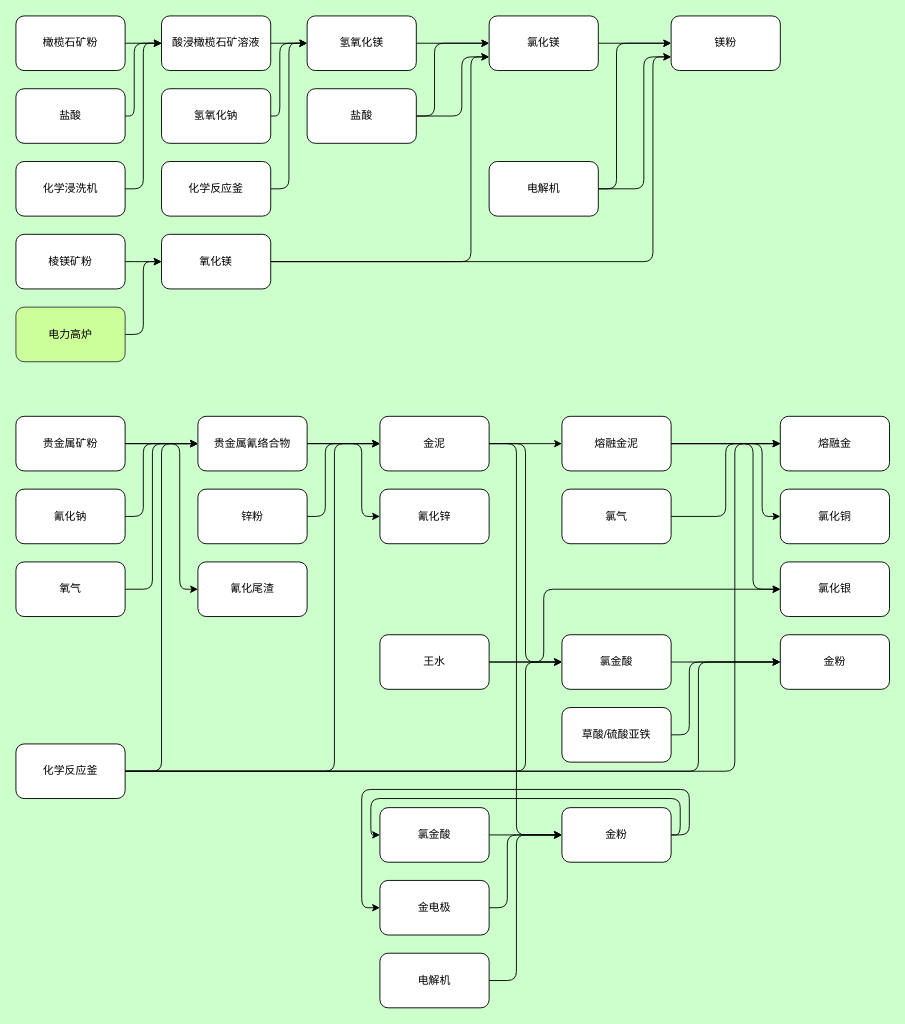
CTNH-Team/CTNH-flow-chart keeps this draw.io diagram as page "矿处" (3 of 3) of CTNH.drawio. Above is the earlier version. Source tidied: cells renumbered, new cells numbered last; positions are measured from the earlier drawing's top-left corner, leaving out a move shared by most shapes. Both pictures are drawn from the tidied source at 91%, with x=0, y=0 at pixel (15, 15).
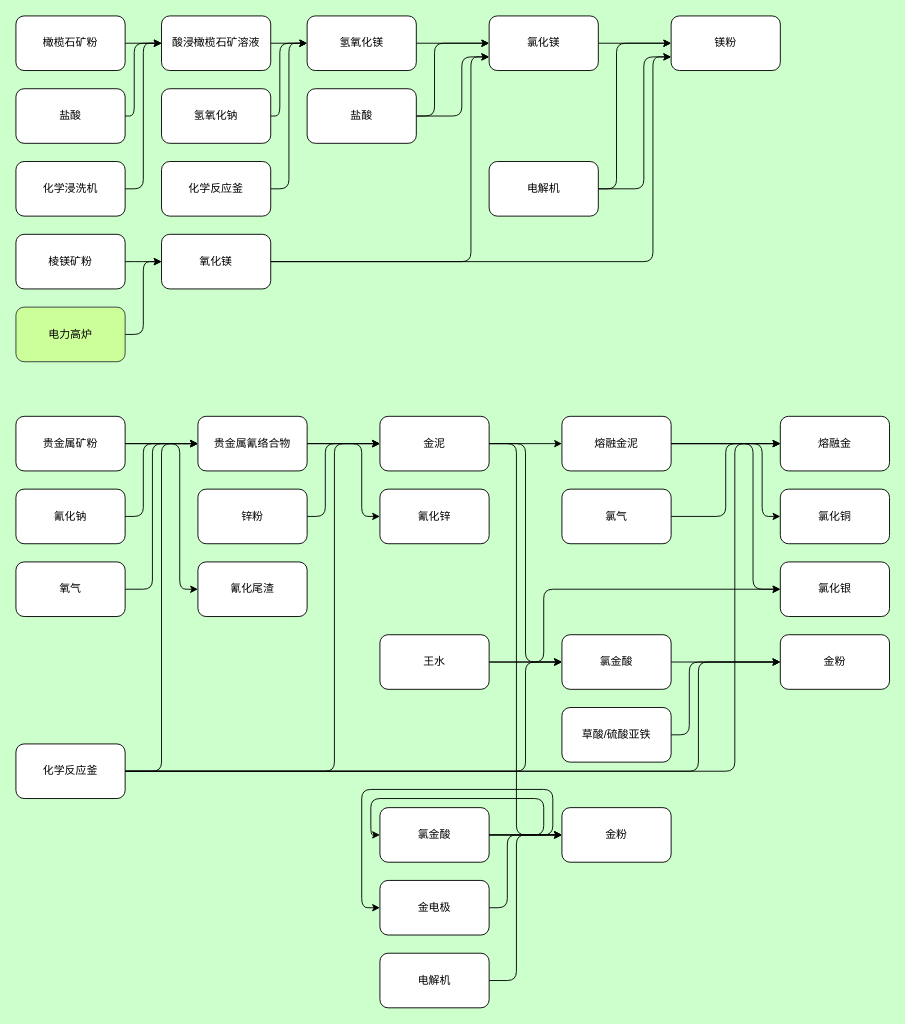
Above is the later version.

Unchanged cells that the change refers to:
```xml
<mxCell id="74" value="氯金酸" style="rounded=1;whiteSpace=wrap;html=1;fontColor=light-dark(#000000,#000000);" parent="1" vertex="1">
  <mxGeometry x="400" y="870" width="120" height="60" as="geometry" />
</mxCell>
<mxCell id="79" value="金粉" style="rounded=1;whiteSpace=wrap;html=1;fontColor=light-dark(#000000,#000000);" parent="1" vertex="1">
  <mxGeometry x="600" y="870" width="120" height="60" as="geometry" />
</mxCell>
<mxCell id="81" value="金电极" style="rounded=1;whiteSpace=wrap;html=1;fontColor=light-dark(#000000,#000000);" parent="1" vertex="1">
  <mxGeometry x="400" y="950" width="120" height="60" as="geometry" />
</mxCell>
```

The edit, as a diff of the source:
```diff
@@
-    <mxCell id="77" style="edgeStyle=orthogonalEdgeStyle;shape=connector;curved=0;rounded=1;jettySize=auto;html=1;exitX=1;exitY=0.5;exitDx=0;exitDy=0;strokeColor=default;align=center;verticalAlign=middle;fontFamily=Helvetica;fontSize=11;fontColor=default;labelBackgroundColor=default;endArrow=classic;entryX=0;entryY=0.5;entryDx=0;entryDy=0;innerLoopWaypoints=1;" parent="1" edge="1" source="79" target="81">
+    <mxCell id="77" style="edgeStyle=orthogonalEdgeStyle;shape=connector;curved=0;rounded=1;jettySize=auto;html=1;exitX=1;exitY=0.5;exitDx=0;exitDy=0;strokeColor=default;align=center;verticalAlign=middle;fontFamily=Helvetica;fontSize=11;fontColor=default;labelBackgroundColor=default;endArrow=classic;entryX=0;entryY=0.5;entryDx=0;entryDy=0;innerLoopWaypoints=1;" parent="1" edge="1" source="74" target="81">
       <mxGeometry relative="1" as="geometry">
         <Array as="points">
-          <mxPoint x="740" y="900" />
-          <mxPoint x="740" y="850" />
+          <mxPoint x="590" y="900" />
+          <mxPoint x="590" y="850" />
           <mxPoint x="380" y="850" />
           <mxPoint x="380" y="980" />
         </Array>
       </mxGeometry>
     </mxCell>
-    <mxCell id="78" style="edgeStyle=orthogonalEdgeStyle;shape=connector;curved=0;rounded=1;jettySize=auto;html=1;exitX=1;exitY=0.5;exitDx=0;exitDy=0;strokeColor=default;align=center;verticalAlign=middle;fontFamily=Helvetica;fontSize=11;fontColor=default;labelBackgroundColor=default;endArrow=classic;entryX=0;entryY=0.5;entryDx=0;entryDy=0;" parent="1" edge="1" source="79" target="74">
+    <mxCell id="78" style="edgeStyle=orthogonalEdgeStyle;shape=connector;curved=0;rounded=1;orthogonalLoop=1;jettySize=auto;html=1;strokeColor=default;align=center;verticalAlign=middle;fontFamily=Helvetica;fontSize=11;fontColor=default;labelBackgroundColor=default;endArrow=classic;entryX=0;entryY=0.5;entryDx=0;entryDy=0;exitX=1;exitY=0.5;exitDx=0;exitDy=0;innerLoopWaypoints=1;" parent="1" edge="1" source="74" target="74">
       <mxGeometry relative="1" as="geometry">
         <Array as="points">
-          <mxPoint x="730" y="900" />
-          <mxPoint x="730" y="860" />
+          <mxPoint x="580" y="900" />
+          <mxPoint x="580" y="860" />
           <mxPoint x="390" y="860" />
           <mxPoint x="390" y="900" />
         </Array>
       </mxGeometry>
     </mxCell>
```
